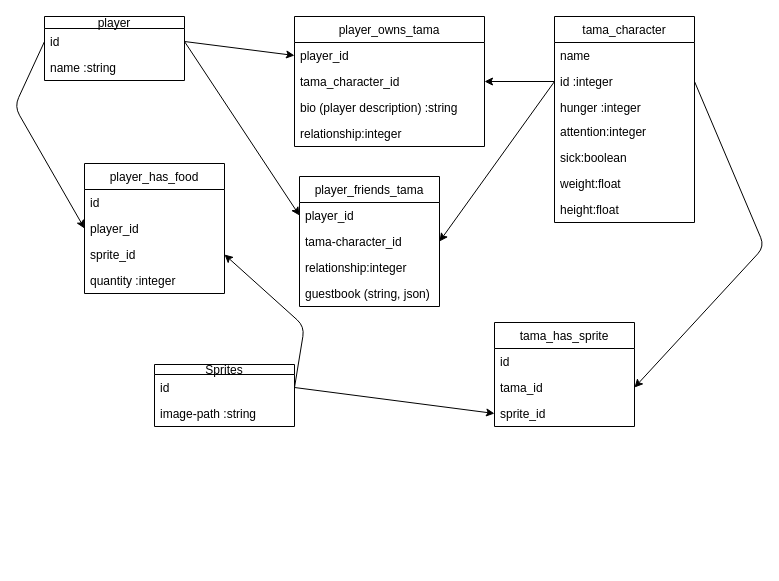
The draw.io diagram project-management/diagrams/erd.drawio in circuitsunfish/tamagotchi, before the edit. Source tidied: cells renumbered, new cells numbered last; positions are measured from the earlier drawing's top-left corner, leaving out a move shared by most shapes. Both pictures are drawn from the tidied source at 100%, with x=0, y=0 at pixel (14, 16).
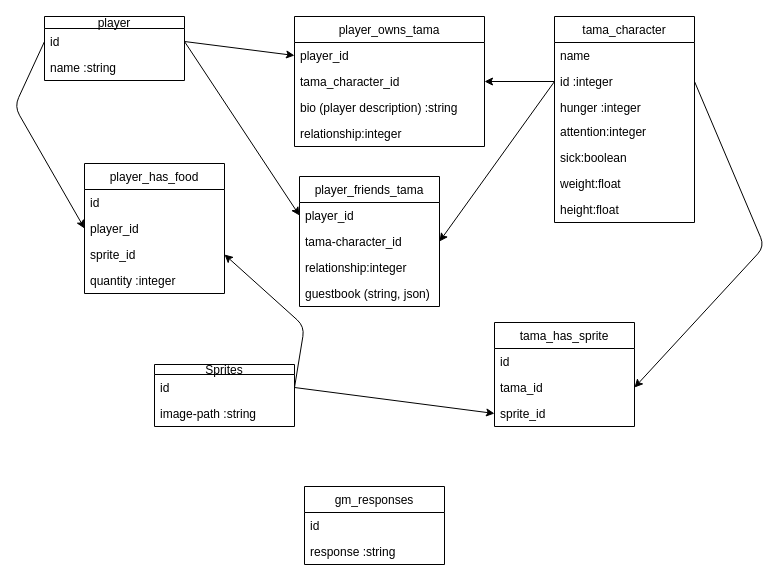
The same page after the edit.

Commit message:
add game master comments table

What changed in the source:
```diff
@@
+    <mxCell id="43" value="gm_responses" style="swimlane;fontStyle=0;horizontal=1;startSize=26;fillColor=none;" parent="1" vertex="1">
+      <mxGeometry x="290" y="470" width="140" height="78" as="geometry" />
+    </mxCell>
+    <mxCell id="44" value="id" style="text;strokeColor=none;fillColor=none;align=left;verticalAlign=top;spacingLeft=4;spacingRight=4;overflow=hidden;" parent="43" vertex="1">
+      <mxGeometry y="26" width="140" height="26" as="geometry" />
+    </mxCell>
+    <mxCell id="45" value="response :string" style="text;strokeColor=none;fillColor=none;align=left;verticalAlign=top;spacingLeft=4;spacingRight=4;overflow=hidden;" parent="43" vertex="1">
+      <mxGeometry y="52" width="140" height="26" as="geometry" />
+    </mxCell>
```
